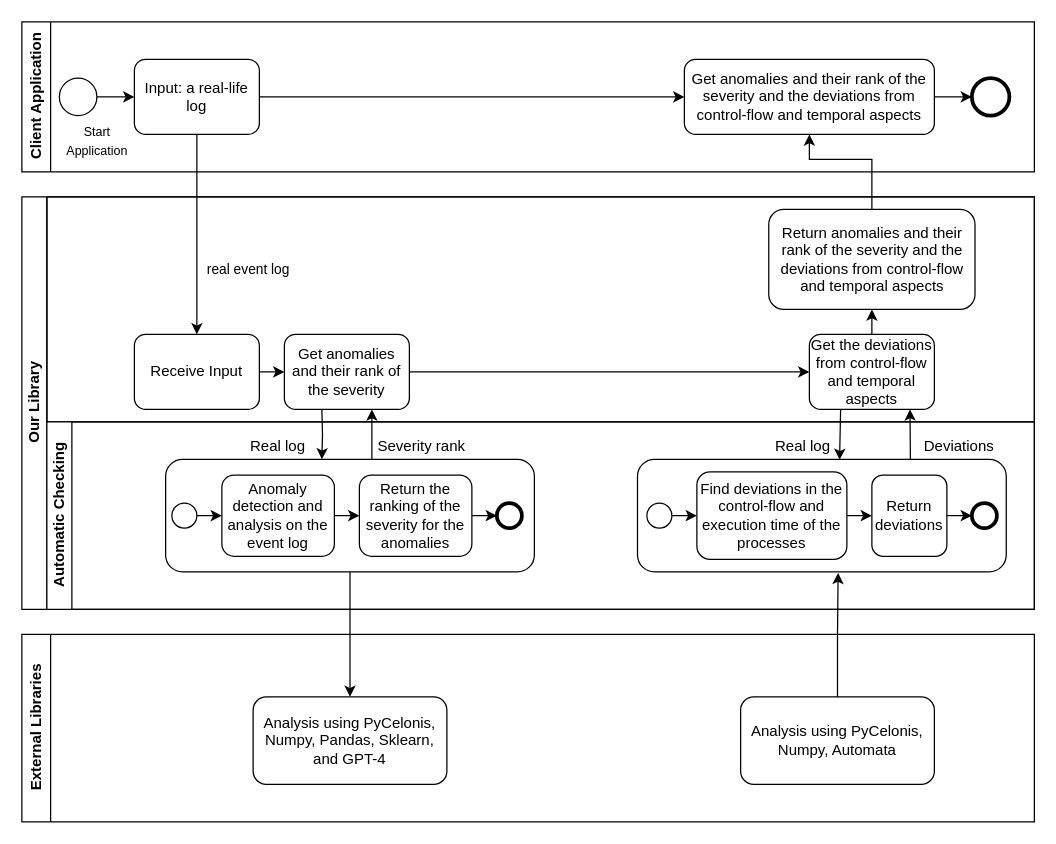
carrieMrJ/Group4-Automatic-Conformance-Checking-insights-in-Celonis keeps this draw.io diagram as Untitled Diagram.drawio. Above is the earlier version. Source tidied: cells renumbered, new cells numbered last; positions are measured from the earlier drawing's top-left corner, leaving out a move shared by most shapes. Both pictures are drawn from the tidied source at 125%, with x=0, y=0 at pixel (21, 21).
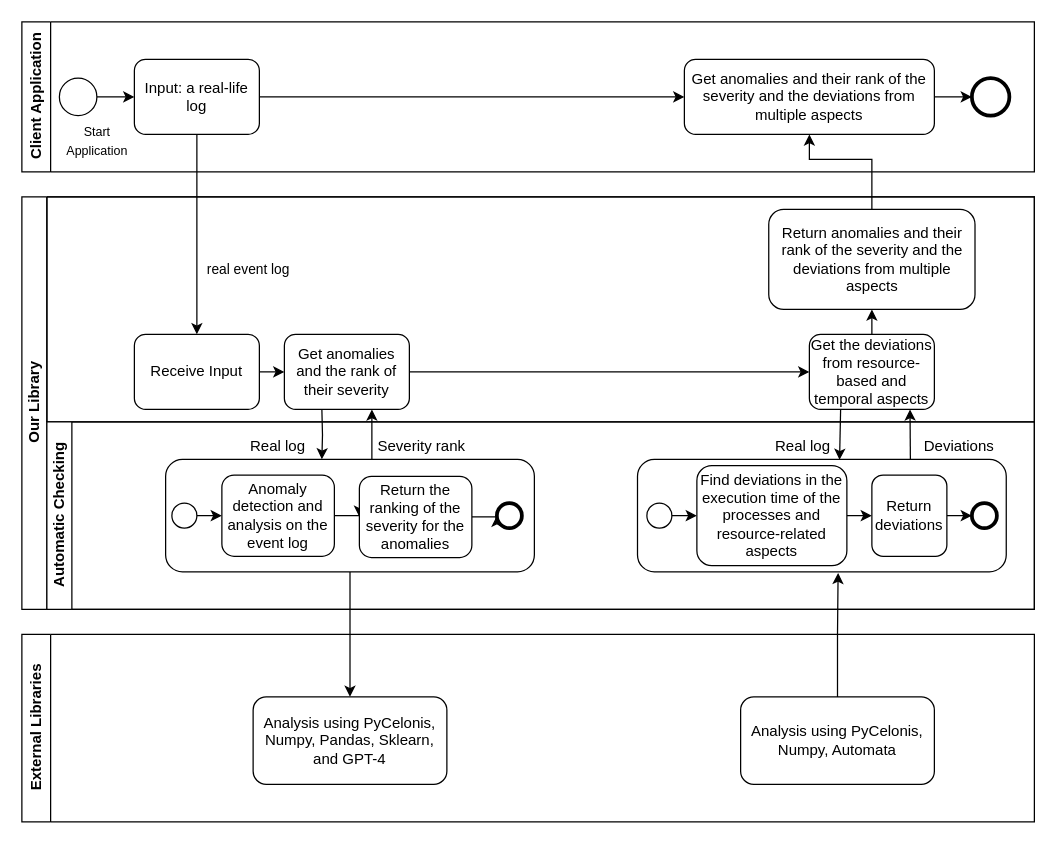
The same page after the edit.

The change refers to these unchanged cells:
```xml
<mxCell id="2" value="Client Application" style="swimlane;horizontal=0;whiteSpace=wrap;html=1;" parent="1" vertex="1">
  <mxGeometry width="810" height="120" as="geometry" />
</mxCell>
<mxCell id="14" style="swimlane;startSize=0;horizontal=0;html=1;" parent="13" vertex="1">
  <mxGeometry x="20" width="790" height="180" as="geometry" />
</mxCell>
<mxCell id="24" value="Automatic Checking" style="swimlane;startSize=20;horizontal=0;html=1;" parent="13" vertex="1">
  <mxGeometry x="20" y="180" width="790" height="150" as="geometry" />
</mxCell>
```

Change to the diagram source:
```diff
@@
-    <mxCell id="9" value="Get anomalies and their rank of the severity and the deviations from control-flow and temporal aspects" style="rounded=1;whiteSpace=wrap;html=1;" parent="2" vertex="1">
+    <mxCell id="9" value="Get anomalies and their rank of the severity and the deviations from multiple aspects" style="rounded=1;whiteSpace=wrap;html=1;" parent="2" vertex="1">
       <mxGeometry x="530" y="30" width="200" height="60" as="geometry" />
     </mxCell>
@@
-    <mxCell id="17" value="Get anomalies and their rank of the severity" style="rounded=1;whiteSpace=wrap;html=1;" parent="14" vertex="1">
+    <mxCell id="17" value="Get anomalies and the rank of their severity" style="rounded=1;whiteSpace=wrap;html=1;" parent="14" vertex="1">
       <mxGeometry x="190" y="110" width="100" height="60" as="geometry" />
     </mxCell>
-    <mxCell id="18" value="Get the deviations from control-flow and temporal aspects" style="rounded=1;whiteSpace=wrap;html=1;" parent="14" vertex="1">
+    <mxCell id="18" value="Get the deviations from resource-based and temporal aspects" style="rounded=1;whiteSpace=wrap;html=1;" parent="14" vertex="1">
       <mxGeometry x="610" y="110" width="100" height="60" as="geometry" />
     </mxCell>
@@
-    <mxCell id="20" value="Return anomalies and their rank of the severity and the deviations from control-flow and temporal aspects" style="rounded=1;whiteSpace=wrap;html=1;" parent="14" vertex="1">
+    <mxCell id="20" value="Return anomalies and their rank of the severity and the deviations from multiple aspects" style="rounded=1;whiteSpace=wrap;html=1;" parent="14" vertex="1">
       <mxGeometry x="577.5" y="10" width="165" height="80" as="geometry" />
     </mxCell>
@@
     <mxCell id="32" value="Return the ranking of the severity for the anomalies" style="rounded=1;whiteSpace=wrap;html=1;" parent="24" vertex="1">
-      <mxGeometry x="250" y="42.5" width="90" height="65" as="geometry" />
+      <mxGeometry x="250" y="43.5" width="90" height="65" as="geometry" />
     </mxCell>
@@
-    <mxCell id="40" value="Find deviations in the control-flow and execution time of the processes" style="rounded=1;whiteSpace=wrap;html=1;" parent="24" vertex="1">
-      <mxGeometry x="520" y="40" width="120" height="70" as="geometry" />
+    <mxCell id="40" value="Find deviations in the execution time of the processes and resource-related aspects" style="rounded=1;whiteSpace=wrap;html=1;" parent="24" vertex="1">
+      <mxGeometry x="520" y="35" width="120" height="80" as="geometry" />
     </mxCell>
```
